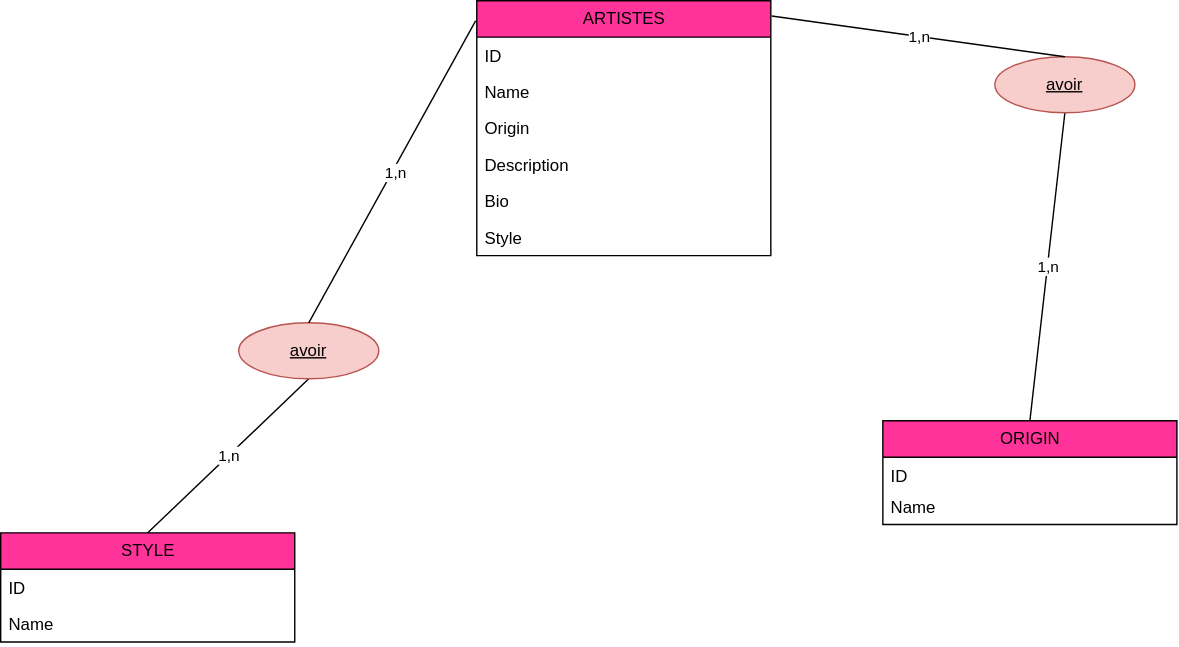
The draw.io diagram code/merise /MCD.drawio.svg in Domitch/souk-sonore-festival, before a commit. Source tidied: cells renumbered, new cells last; positions are measured from the earlier drawing's top-left corner, leaving out a move shared by most shapes.
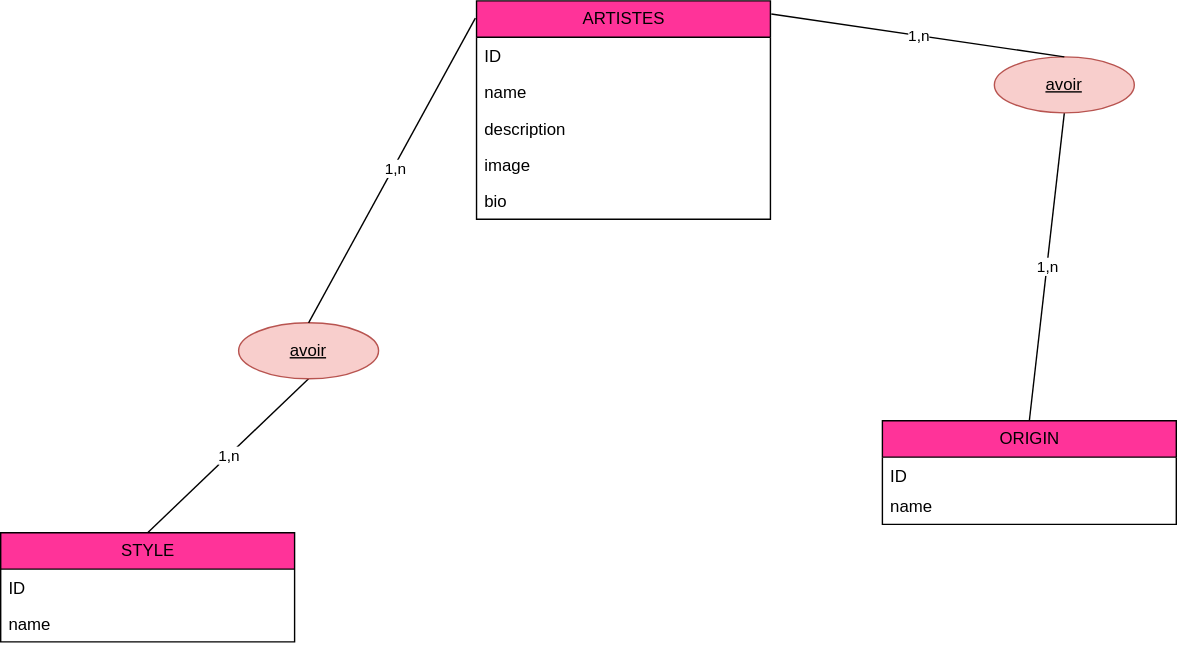
Above is the later version.

Change to the diagram source:
```diff
@@ -3,33 +3,30 @@
     <mxCell id="0" />
     <mxCell id="1" parent="0" />
     <mxCell id="2" value="ARTISTES" style="swimlane;fontStyle=0;horizontal=1;startSize=26;fillColor=#FF3399;html=1;" parent="1" vertex="1">
-      <mxGeometry x="340" width="210" height="182" as="geometry" />
+      <mxGeometry x="340" width="210" height="156" as="geometry" />
     </mxCell>
     <mxCell id="3" value="ID" style="text;strokeColor=none;fillColor=none;align=left;verticalAlign=top;spacingLeft=4;spacingRight=4;overflow=hidden;whiteSpace=wrap;html=1;" parent="2" vertex="1">
       <mxGeometry y="26" width="210" height="26" as="geometry" />
     </mxCell>
-    <mxCell id="4" value="Name" style="text;strokeColor=none;fillColor=none;align=left;verticalAlign=top;spacingLeft=4;spacingRight=4;overflow=hidden;whiteSpace=wrap;html=1;" parent="2" vertex="1">
+    <mxCell id="4" value="name" style="text;strokeColor=none;fillColor=none;align=left;verticalAlign=top;spacingLeft=4;spacingRight=4;overflow=hidden;whiteSpace=wrap;html=1;" parent="2" vertex="1">
       <mxGeometry y="52" width="210" height="26" as="geometry" />
     </mxCell>
-    <mxCell id="5" value="Origin" style="text;strokeColor=none;fillColor=none;align=left;verticalAlign=top;spacingLeft=4;spacingRight=4;overflow=hidden;whiteSpace=wrap;html=1;" parent="2" vertex="1">
-      <mxGeometry y="78" width="210" height="26" as="geometry" />
-    </mxCell>
-    <mxCell id="6" value="Description" style="text;strokeColor=none;fillColor=none;align=left;verticalAlign=top;spacingLeft=4;spacingRight=4;overflow=hidden;whiteSpace=wrap;html=1;" parent="2" vertex="1">
-      <mxGeometry y="104" width="210" height="26" as="geometry" />
+    <mxCell id="6" value="description" style="text;strokeColor=none;fillColor=none;align=left;verticalAlign=top;spacingLeft=4;spacingRight=4;overflow=hidden;whiteSpace=wrap;html=1;" parent="2" vertex="1">
+      <mxGeometry y="78" width="210" height="26" as="geometry" />
     </mxCell>
-    <mxCell id="7" value="Bio" style="text;strokeColor=none;fillColor=none;align=left;verticalAlign=top;spacingLeft=4;spacingRight=4;overflow=hidden;whiteSpace=wrap;html=1;" parent="2" vertex="1">
-      <mxGeometry y="130" width="210" height="26" as="geometry" />
-    </mxCell>
-    <mxCell id="8" value="Style" style="text;strokeColor=none;fillColor=none;align=left;verticalAlign=top;spacingLeft=4;spacingRight=4;overflow=hidden;whiteSpace=wrap;html=1;" parent="2" vertex="1">
-      <mxGeometry y="156" width="210" height="26" as="geometry" />
-    </mxCell>
+    <mxCell id="22" value="image" style="text;strokeColor=none;fillColor=none;align=left;verticalAlign=top;spacingLeft=4;spacingRight=4;overflow=hidden;whiteSpace=wrap;html=1;" parent="2" vertex="1">
+      <mxGeometry y="104" width="210" height="26" as="geometry" />
+    </mxCell>
+    <mxCell id="23" value="&lt;span style=&quot;color: rgb(0, 0, 0);&quot;&gt;bio&lt;/span&gt;" style="text;strokeColor=none;fillColor=none;align=left;verticalAlign=top;spacingLeft=4;spacingRight=4;overflow=hidden;whiteSpace=wrap;html=1;" parent="2" vertex="1">
+      <mxGeometry y="130" width="210" height="26" as="geometry" />
+    </mxCell>
     <mxCell id="9" value="STYLE" style="swimlane;fontStyle=0;horizontal=1;startSize=26;fillColor=#FF3399;html=1;" parent="1" vertex="1">
       <mxGeometry y="380" width="210" height="78" as="geometry" />
     </mxCell>
     <mxCell id="10" value="ID" style="text;strokeColor=none;fillColor=none;align=left;verticalAlign=top;spacingLeft=4;spacingRight=4;overflow=hidden;whiteSpace=wrap;html=1;" parent="9" vertex="1">
       <mxGeometry y="26" width="210" height="26" as="geometry" />
     </mxCell>
-    <mxCell id="11" value="Name" style="text;strokeColor=none;fillColor=none;align=left;verticalAlign=top;spacingLeft=4;spacingRight=4;overflow=hidden;whiteSpace=wrap;html=1;" parent="9" vertex="1">
+    <mxCell id="11" value="name" style="text;strokeColor=none;fillColor=none;align=left;verticalAlign=top;spacingLeft=4;spacingRight=4;overflow=hidden;whiteSpace=wrap;html=1;" parent="9" vertex="1">
       <mxGeometry y="52" width="210" height="26" as="geometry" />
     </mxCell>
     <mxCell id="12" value="ORIGIN" style="swimlane;fontStyle=0;horizontal=1;startSize=26;fillColor=#FF3399;html=1;" parent="1" vertex="1">
@@ -38,7 +35,7 @@
     <mxCell id="13" value="ID" style="text;strokeColor=none;fillColor=none;align=left;verticalAlign=top;spacingLeft=4;spacingRight=4;overflow=hidden;whiteSpace=wrap;html=1;" parent="12" vertex="1">
       <mxGeometry y="26" width="210" height="22" as="geometry" />
     </mxCell>
-    <mxCell id="14" value="Name" style="text;strokeColor=none;fillColor=none;align=left;verticalAlign=top;spacingLeft=4;spacingRight=4;overflow=hidden;whiteSpace=wrap;html=1;" parent="12" vertex="1">
+    <mxCell id="14" value="name" style="text;strokeColor=none;fillColor=none;align=left;verticalAlign=top;spacingLeft=4;spacingRight=4;overflow=hidden;whiteSpace=wrap;html=1;" parent="12" vertex="1">
       <mxGeometry y="48" width="210" height="26" as="geometry" />
     </mxCell>
     <mxCell id="15" value="1,n" style="endArrow=none;html=1;rounded=0;exitX=0.5;exitY=0;exitDx=0;exitDy=0;entryX=0.5;entryY=1;entryDx=0;entryDy=0;" parent="1" edge="1" source="9" target="19">
```
